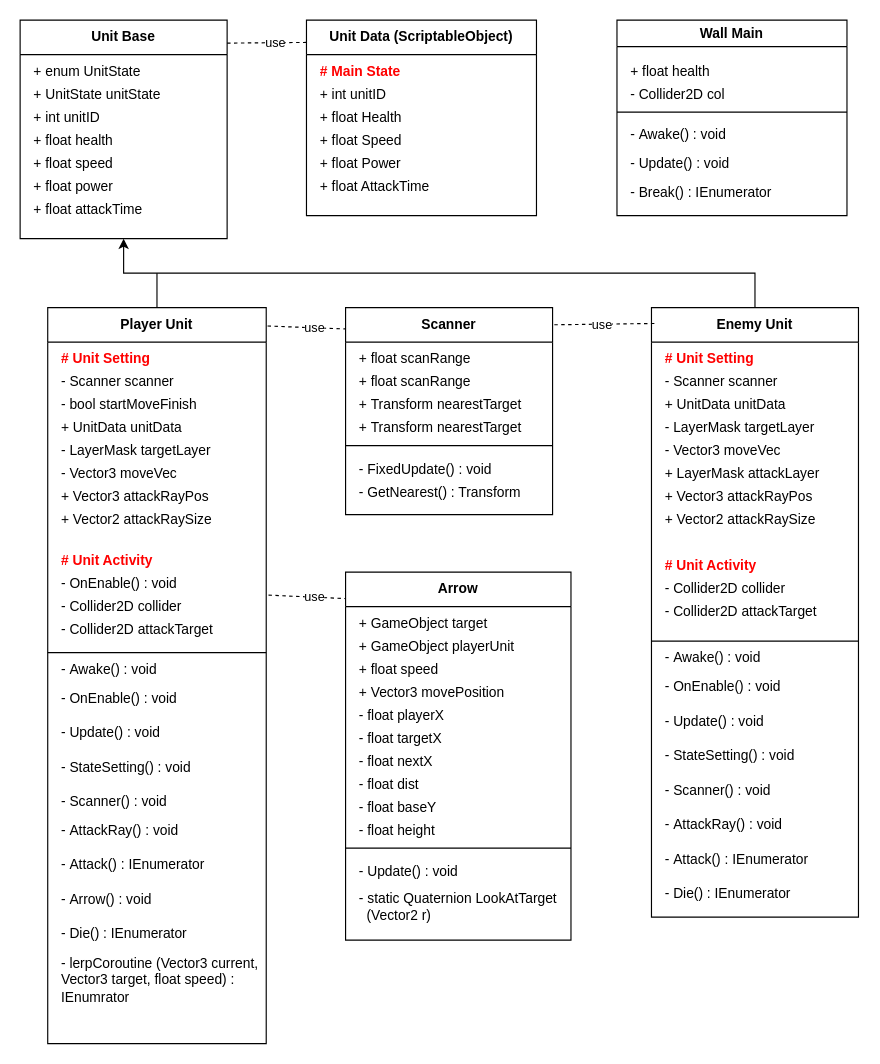
Above: page "Battle" (2 of 3) of Project_CSD.drawio in YJU-Capstone-Design/Capstone-Design (draw.io), before the change. Source tidied: cells renumbered, new cells numbered last; positions are measured from the earlier drawing's top-left corner, leaving out a move shared by most shapes. Both pictures are drawn from the tidied source at 115%, with x=0, y=0 at pixel (20, 20).
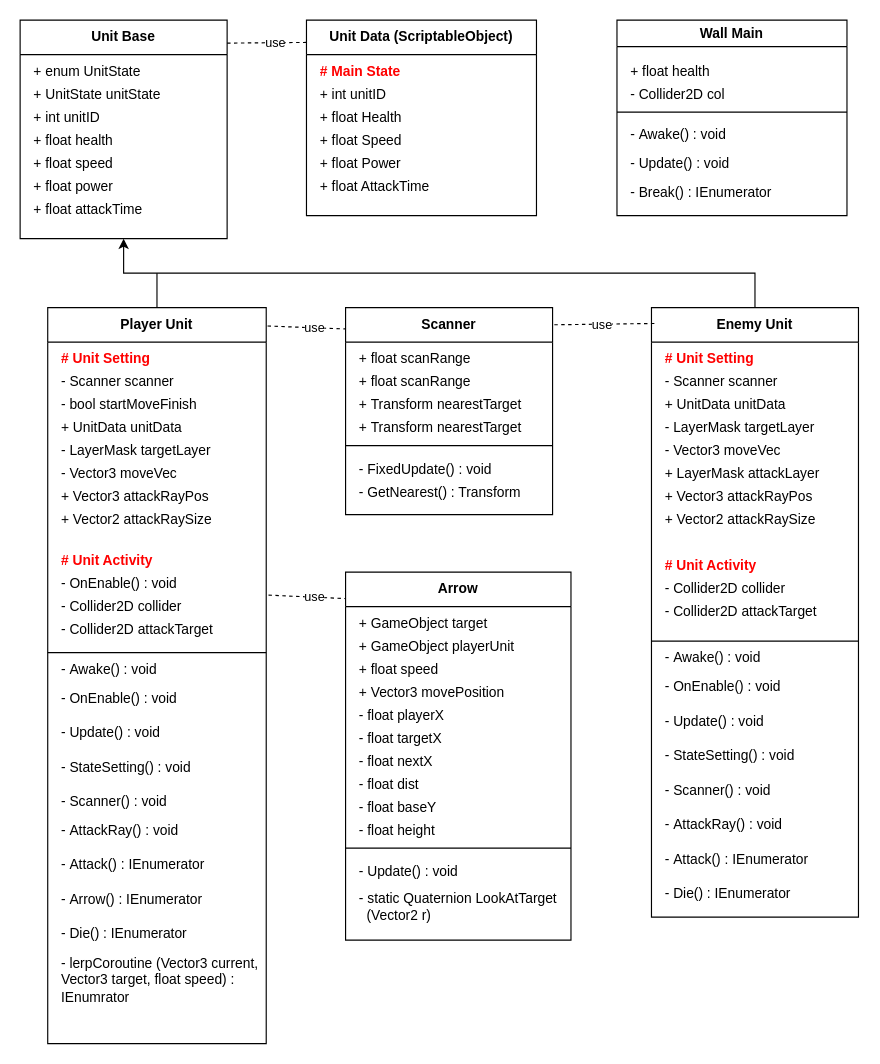
After the change.

The change refers to these unchanged cells:
```xml
<mxCell id="10" value="Player Unit" style="swimlane;whiteSpace=wrap;html=1;startSize=30;" parent="1" vertex="1">
  <mxGeometry x="24" y="250" width="190" height="640" as="geometry" />
</mxCell>
```

What changed in the source:
```diff
@@
-    <mxCell id="31" value="-&amp;nbsp;Arrow()&amp;nbsp;: void" style="text;html=1;align=left;verticalAlign=middle;whiteSpace=wrap;rounded=0;" parent="10" vertex="1">
+    <mxCell id="31" value="-&amp;nbsp;Arrow()&amp;nbsp;: IEnumerator" style="text;html=1;align=left;verticalAlign=middle;whiteSpace=wrap;rounded=0;" parent="10" vertex="1">
       <mxGeometry x="10" y="500" width="150" height="30" as="geometry" />
     </mxCell>
```
